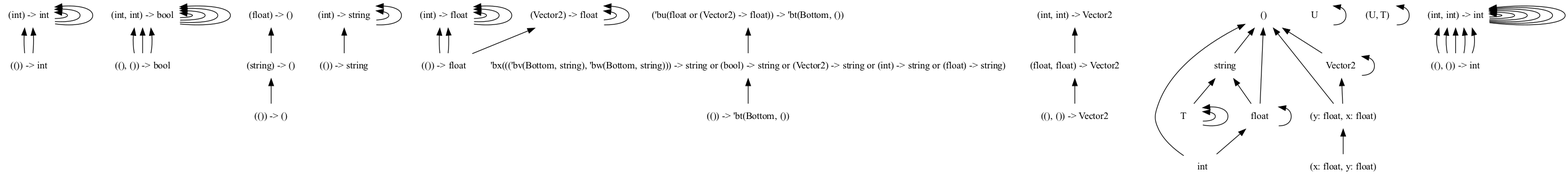
The Graphviz diagram dots/png/1.dot.png in chocobo333/regino, before a commit. Its source is kept beside it as dots/1.dot.
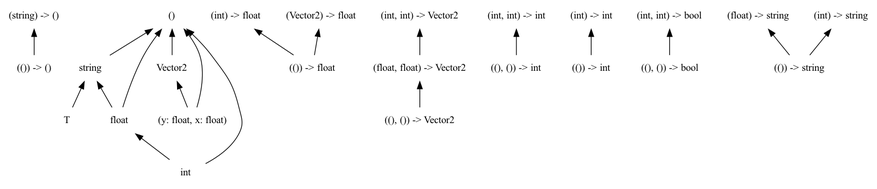
After the commit.

Diff of the diagram source:
```diff
@@ -8,91 +8,47 @@
   edge [
     dir = back
     ];
-  "(()) -> int"
-  "(int) -> int"
-  "((), ()) -> bool"
-  "(int, int) -> bool"
+  "(string) -> ()"
   "(()) -> ()"
-  "(string) -> ()"
-  "(()) -> string"
-  "(int) -> string"
-  "(()) -> float"
-  "(int) -> float"
-  "(()) -> 'bt(Bottom, ())"
-  "(Vector2) -> float"
-  "((), ()) -> Vector2"
-  "(float, float) -> Vector2"
-  "(float) -> ()"
   "string"
   "Vector2"
-  "('bu(float or (Vector2) -> float)) -> 'bt(Bottom, ())"
+  "(()) -> float"
+  "T"
+  "((), ()) -> Vector2"
   "(int, int) -> Vector2"
+  "((), ()) -> int"
+  "(int) -> int"
+  "(int, int) -> int"
+  "()"
+  "(int, int) -> bool"
+  "(float, float) -> Vector2"
+  "(float) -> string"
+  "(()) -> string"
+  "(int) -> float"
+  "(Vector2) -> float"
   "(y: float, x: float)"
-  "T"
-  "U"
-  "T"
-  "T"
-  "()"
-  "(U, T)"
-  "'bx((('bv(Bottom, string), 'bw(Bottom, string))) -> string or (bool) -> string or (Vector2) -> string or (int) -> string or (float) -> string)"
+  "(int) -> string"
   "float"
+  "(()) -> int"
   "int"
-  "((), ()) -> int"
-  "(int, int) -> int"
-  "(float, float) -> Vector2" -> "((), ()) -> Vector2"
-  "(int, int) -> Vector2" -> "(float, float) -> Vector2"
-  "(int, int) -> int" -> "((), ()) -> int"
-  "(int, int) -> int" -> "((), ()) -> int"
-  "(int, int) -> int" -> "((), ()) -> int"
-  "(int, int) -> int" -> "(int, int) -> int"
-  "(int, int) -> int" -> "((), ()) -> int"
-  "(int, int) -> int" -> "((), ()) -> int"
-  "(int, int) -> int" -> "(int, int) -> int"
-  "(int) -> int" -> "(int) -> int"
-  "(int) -> int" -> "(()) -> int"
-  "(int) -> int" -> "(()) -> int"
-  "(int) -> int" -> "(int) -> int"
-  "(int, int) -> int" -> "(int, int) -> int"
-  "(int) -> int" -> "(int) -> int"
-  "(int, int) -> int" -> "(int, int) -> int"
-  "(int, int) -> bool" -> "((), ()) -> bool"
-  "(int, int) -> bool" -> "(int, int) -> bool"
-  "(int, int) -> bool" -> "((), ()) -> bool"
-  "(int, int) -> bool" -> "((), ()) -> bool"
-  "(int, int) -> bool" -> "(int, int) -> bool"
-  "(int, int) -> bool" -> "(int, int) -> bool"
-  "(int) -> string" -> "(()) -> string"
-  "(int) -> string" -> "(int) -> string"
-  "(int) -> string" -> "(int) -> string"
+  "((), ()) -> bool"
   "(string) -> ()" -> "(()) -> ()"
   "string" -> "T"
   "string" -> "float"
-  "Vector2" -> "Vector2"
   "Vector2" -> "(y: float, x: float)"
-  "(float) -> ()" -> "(string) -> ()"
-  "(int, int) -> bool" -> "(int, int) -> bool"
-  "(int, int) -> int" -> "(int, int) -> int"
-  "(int, int) -> int" -> "(int, int) -> int"
-  "(int) -> float" -> "(()) -> float"
-  "(int) -> float" -> "(()) -> float"
-  "(int) -> float" -> "(int) -> float"
-  "(int) -> float" -> "(int) -> float"
-  "(int) -> float" -> "(int) -> float"
-  "('bu(float or (Vector2) -> float)) -> 'bt(Bottom, ())" -> "'bx((('bv(Bottom, string), 'bw(Bottom, string))) -> string or (bool) -> string or (Vector2) -> string or (int) -> string or (float) -> string)"
-  "(y: float, x: float)" -> "(x: float, y: float)"
-  "T" -> "T"
-  "U" -> "U"
-  "T" -> "T"
+  "(int, int) -> Vector2" -> "(float, float) -> Vector2"
+  "(int) -> int" -> "(()) -> int"
+  "(int, int) -> int" -> "((), ()) -> int"
   "()" -> "string"
   "()" -> "Vector2"
   "()" -> "(y: float, x: float)"
   "()" -> "float"
   "()" -> "int"
-  "(U, T)" -> "(U, T)"
-  "'bx((('bv(Bottom, string), 'bw(Bottom, string))) -> string or (bool) -> string or (Vector2) -> string or (int) -> string or (float) -> string)" -> "(()) -> 'bt(Bottom, ())"
-  "float" -> "float"
+  "(int, int) -> bool" -> "((), ()) -> bool"
+  "(float, float) -> Vector2" -> "((), ()) -> Vector2"
+  "(float) -> string" -> "(()) -> string"
+  "(int) -> float" -> "(()) -> float"
+  "(Vector2) -> float" -> "(()) -> float"
+  "(int) -> string" -> "(()) -> string"
   "float" -> "int"
-  "(Vector2) -> float" -> "(()) -> float"
-  "(Vector2) -> float" -> "(Vector2) -> float"
-  "(Vector2) -> float" -> "(Vector2) -> float"
 }
```
